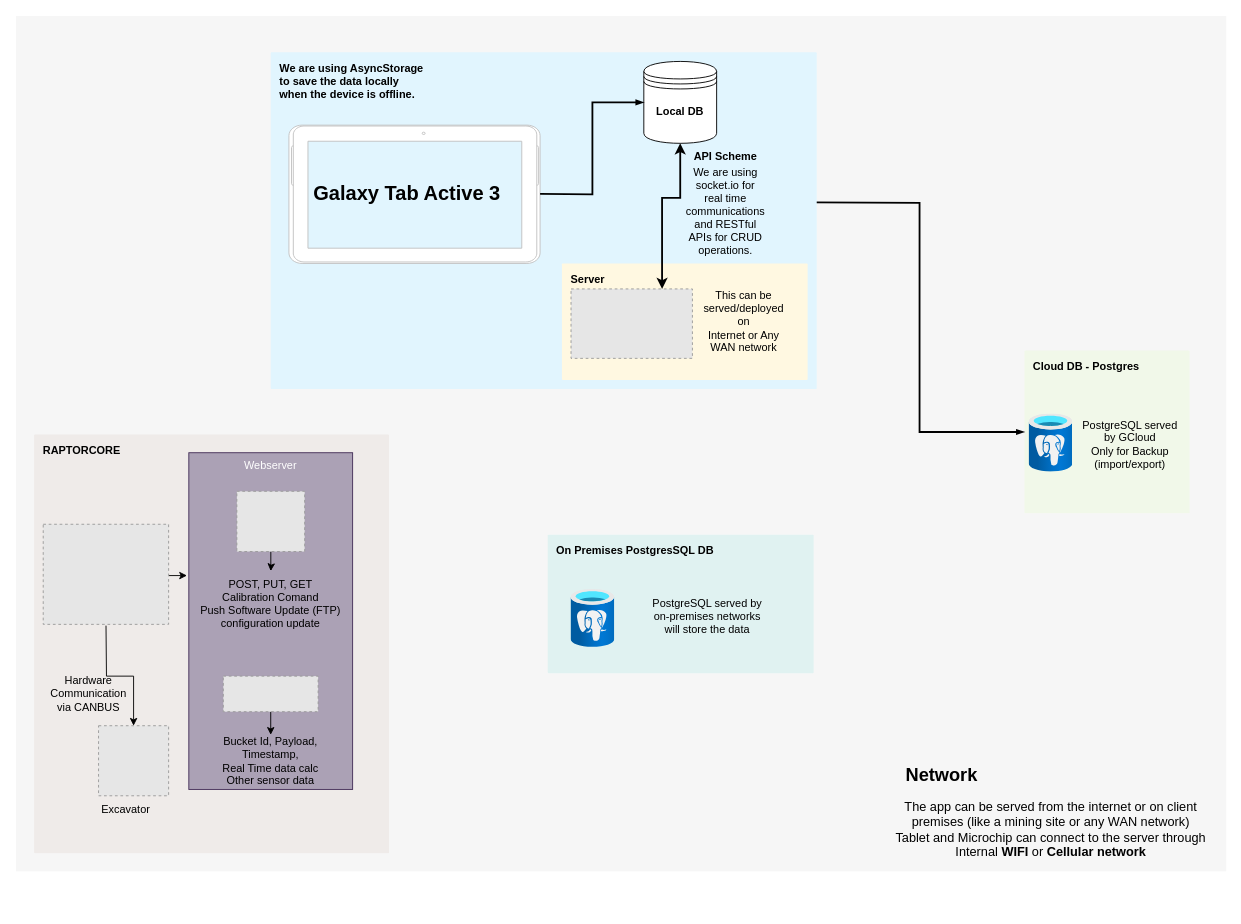
Before: PayloadAppUpdated.drawio in Raptor-Tech/Diagram, a draw.io diagram. Source tidied: cells renumbered, new cells numbered last; positions are measured from the earlier drawing's top-left corner, leaving out a move shared by most shapes. Both pictures are drawn from the tidied source at 91%, with x=0, y=0 at pixel (15, 15). Pictures stored in the file or linked from it are replaced by grey dashed boxes.
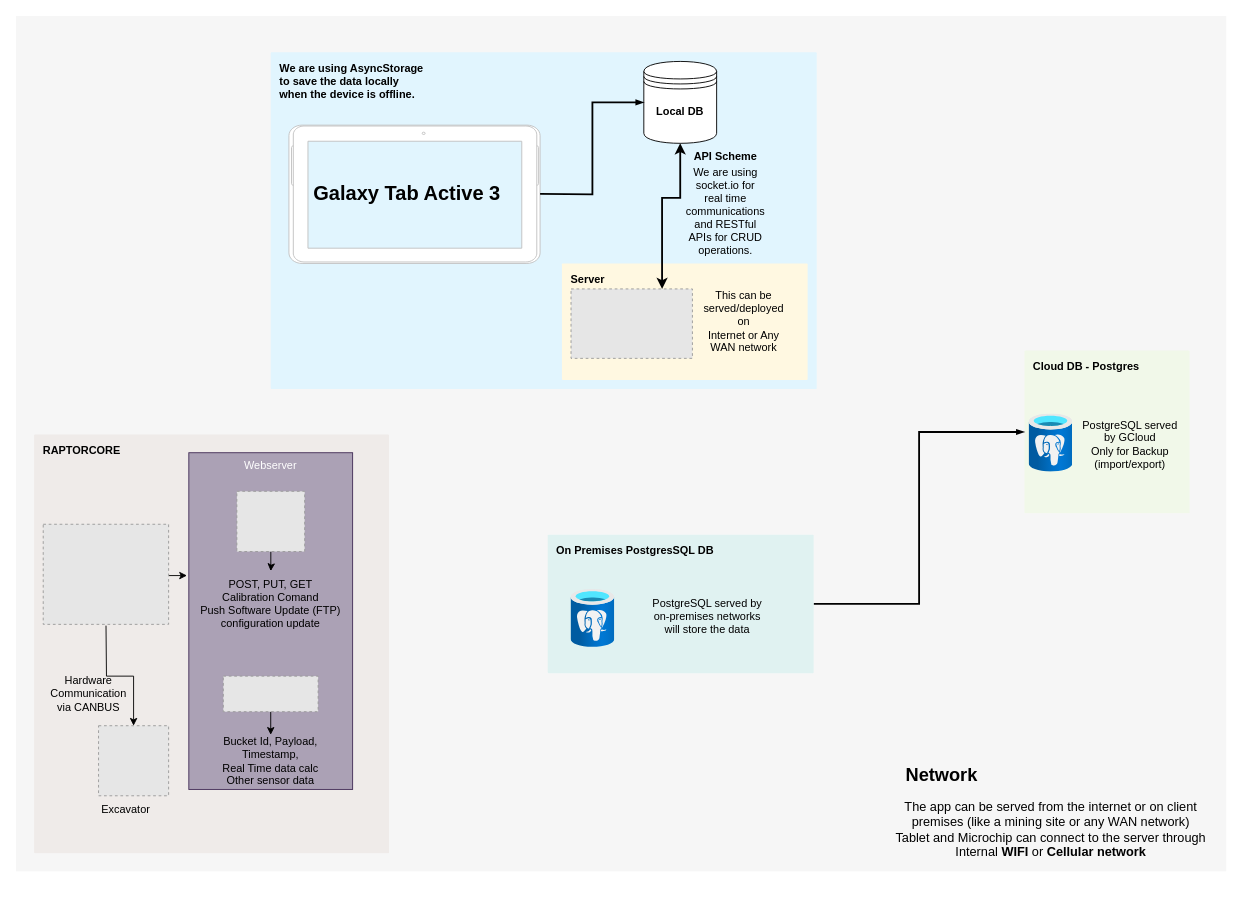
After the change.

The change refers to these unchanged cells:
```xml
<mxCell id="2" style="fillColor=#F6F6F6;strokeColor=none;shadow=0;gradientColor=none;fontSize=14;align=left;spacing=10;fontColor=#717171;9E9E9E;verticalAlign=top;spacingTop=-4;fontStyle=0;spacingLeft=40;html=1;whiteSpace=wrap;" parent="1" vertex="1">
  <mxGeometry width="1330" height="940" as="geometry" />
</mxCell>
<mxCell id="3" value="&lt;font color=&quot;#000000&quot;&gt;&lt;b&gt;Cloud DB - Postgres&lt;/b&gt;&lt;/font&gt;" style="sketch=0;points=[[0,0,0],[0.25,0,0],[0.5,0,0],[0.75,0,0],[1,0,0],[1,0.25,0],[1,0.5,0],[1,0.75,0],[1,1,0],[0.75,1,0],[0.5,1,0],[0.25,1,0],[0,1,0],[0,0.75,0],[0,0.5,0],[0,0.25,0]];rounded=1;absoluteArcSize=1;arcSize=2;html=1;strokeColor=none;gradientColor=none;shadow=0;dashed=0;fontSize=12;fontColor=#9E9E9E;align=left;verticalAlign=top;spacing=10;spacingTop=-4;whiteSpace=wrap;fillColor=#F1F8E9;" parent="2" vertex="1">
  <mxGeometry x="1108.3" y="367.8" width="181.4" height="178.8" as="geometry" />
</mxCell>
<mxCell id="10" value="&lt;b&gt;&lt;font color=&quot;#000000&quot;&gt;On Premises&amp;nbsp;PostgresSQL DB&lt;/font&gt;&lt;/b&gt;" style="sketch=0;points=[[0,0,0],[0.25,0,0],[0.5,0,0],[0.75,0,0],[1,0,0],[1,0.25,0],[1,0.5,0],[1,0.75,0],[1,1,0],[0.75,1,0],[0.5,1,0],[0.25,1,0],[0,1,0],[0,0.75,0],[0,0.5,0],[0,0.25,0]];rounded=1;absoluteArcSize=1;arcSize=2;html=1;strokeColor=none;gradientColor=none;shadow=0;dashed=0;fontSize=12;fontColor=#9E9E9E;align=left;verticalAlign=top;spacing=10;spacingTop=-4;whiteSpace=wrap;fillColor=#E0F2F1;" parent="2" vertex="1">
  <mxGeometry x="584.4" y="570" width="292.2" height="152.2" as="geometry" />
</mxCell>
```

Diff of the diagram source:
```diff
@@
-    <mxCell id="8" style="edgeStyle=orthogonalEdgeStyle;fontSize=12;html=1;endArrow=blockThin;endFill=1;rounded=0;strokeWidth=2;endSize=4;startSize=4;dashed=0;strokeColor=#000000;entryX=0;entryY=0.5;entryDx=0;entryDy=0;entryPerimeter=0;" parent="2" edge="1" target="3">
-      <mxGeometry relative="1" as="geometry">
-        <mxPoint x="876.6" y="204.9" as="sourcePoint" />
-      </mxGeometry>
+    <mxCell id="8" style="edgeStyle=orthogonalEdgeStyle;fontSize=12;html=1;endArrow=blockThin;endFill=1;rounded=0;strokeWidth=2;endSize=4;startSize=4;dashed=0;strokeColor=#000000;entryX=0;entryY=0.5;entryDx=0;entryDy=0;entryPerimeter=0;exitX=1;exitY=0.5;exitDx=0;exitDy=0;exitPerimeter=0;" parent="2" edge="1" source="10" target="3">
+      <mxGeometry relative="1" as="geometry" />
     </mxCell>
```
